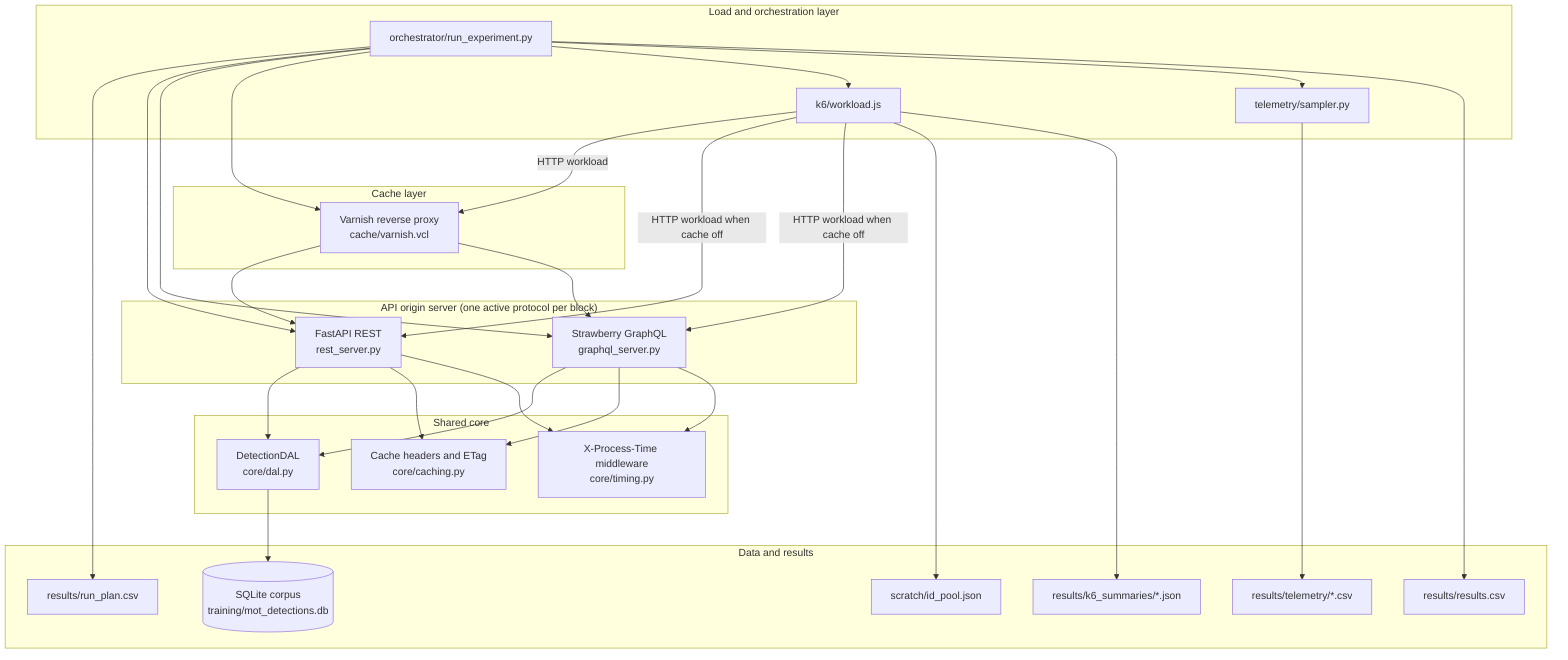
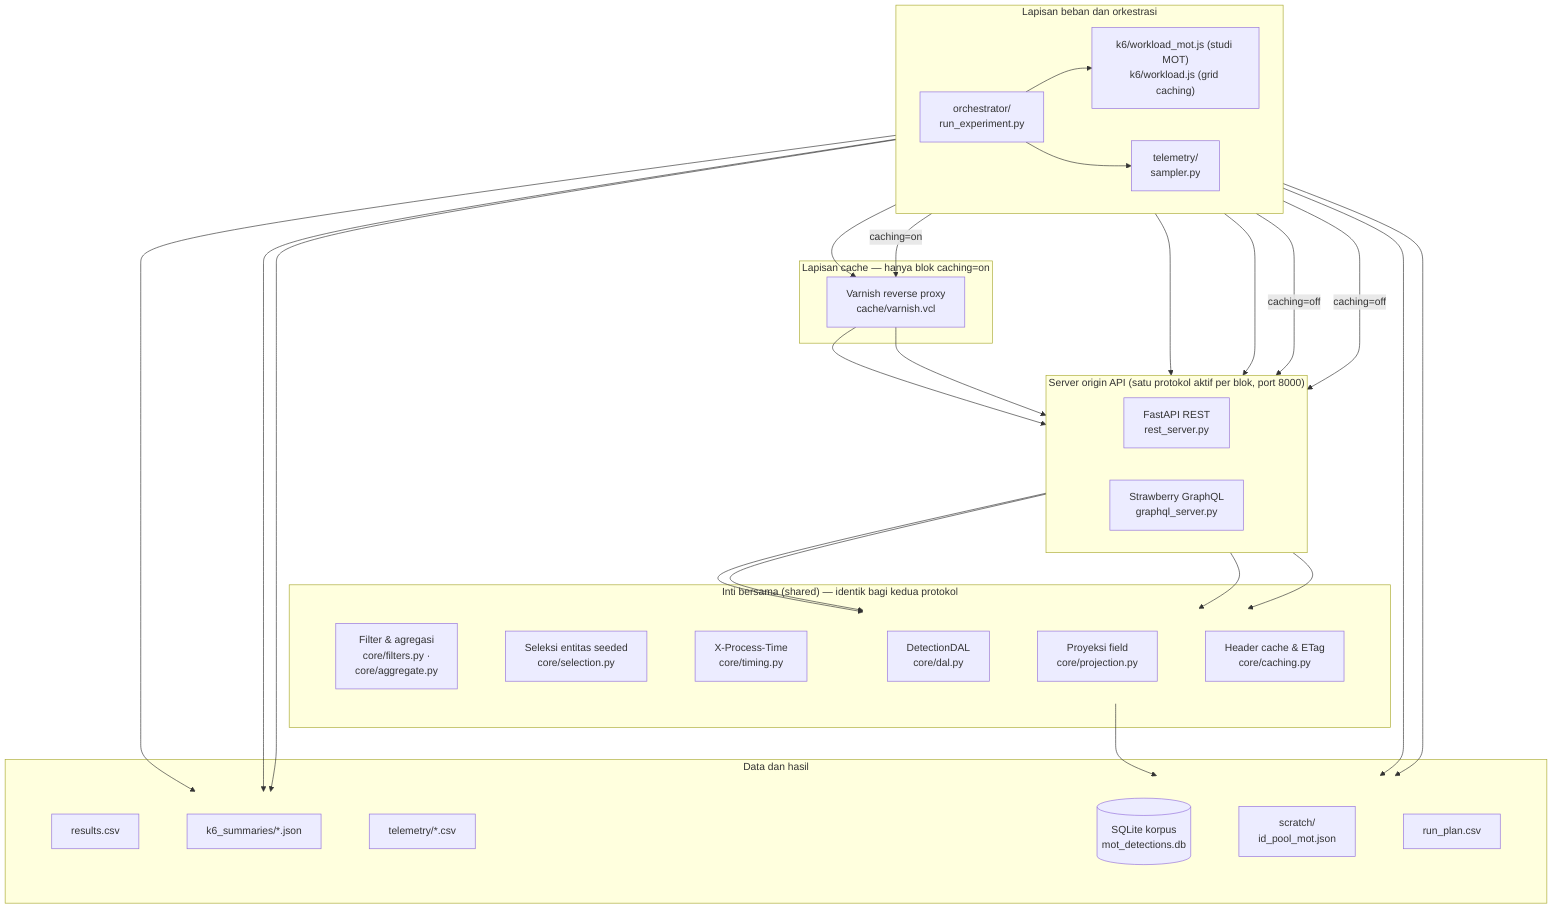
- %% Gambar IV.1 - Arsitektur komponen APE
+ %% Gambar IV.1 — Arsitektur komponen APE (revisi v4: modul dibungkus dua baris agar terbaca portrait)
%% Type: UML component-style architecture diagram, rendered in Mermaid.
- %% Reference basis: UML 2.5.1 component/deployment-style documentation.
+ %% Reference basis: UML 2.5.1; artefak per FIGURE_AUDIT.md (workload_mot.js,
+ %% id_pool_mot.json, modul shared lengkap, Varnish = jalur caching saja).
flowchart TB
-     subgraph LoadLayer["Load and orchestration layer"]
-         Orchestrator["orchestrator/run_experiment.py"]
-         K6["k6/workload.js"]
-         Sampler["telemetry/sampler.py"]
+     subgraph LoadLayer["Lapisan beban dan orkestrasi"]
+         direction LR
+         Orchestrator["orchestrator/<br/>run_experiment.py"]
+         K6["k6/workload_mot.js (studi MOT)<br/>k6/workload.js (grid caching)"]
+         Sampler["telemetry/<br/>sampler.py"]
    end

-     subgraph CacheLayer["Cache layer"]
-         Varnish["Varnish reverse proxy\ncache/varnish.vcl"]
+     subgraph CacheLayer["Lapisan cache — hanya blok caching=on"]
+         Varnish["Varnish reverse proxy<br/>cache/varnish.vcl"]
    end

-     subgraph APILayer["API origin server (one active protocol per block)"]
-         REST["FastAPI REST\nrest_server.py"]
-         GQL["Strawberry GraphQL\ngraphql_server.py"]
+     subgraph APILayer["Server origin API (satu protokol aktif per blok, port 8000)"]
+         direction LR
+         REST["FastAPI REST<br/>rest_server.py"]
+         GQL["Strawberry GraphQL<br/>graphql_server.py"]
    end

-     subgraph SharedCore["Shared core"]
-         DAL["DetectionDAL\ncore/dal.py"]
-         CacheLogic["Cache headers and ETag\ncore/caching.py"]
-         Timing["X-Process-Time middleware\ncore/timing.py"]
+     subgraph SharedCore["Inti bersama (shared) — identik bagi kedua protokol"]
+         subgraph SC1 [" "]
+             direction LR
+             DAL["DetectionDAL<br/>core/dal.py"] ~~~ Proj["Proyeksi field<br/>core/projection.py"] ~~~ CacheLogic["Header cache & ETag<br/>core/caching.py"]
+         end
+         subgraph SC2 [" "]
+             direction LR
+             Filt["Filter & agregasi<br/>core/filters.py ·<br/>core/aggregate.py"] ~~~ Sel["Seleksi entitas seeded<br/>core/selection.py"] ~~~ Timing["X-Process-Time<br/>core/timing.py"]
+         end
    end

-     subgraph DataLayer["Data and results"]
-         DB[("SQLite corpus\ntraining/mot_detections.db")]
-         IDPool["scratch/id_pool.json"]
-         RunPlan["results/run_plan.csv"]
-         Results["results/results.csv"]
-         Summaries["results/k6_summaries/*.json"]
-         Telemetry["results/telemetry/*.csv"]
+     subgraph DataLayer["Data dan hasil"]
+         subgraph DL1 [" "]
+             direction LR
+             DB[("SQLite korpus<br/>mot_detections.db")] ~~~ IDPool["scratch/<br/>id_pool_mot.json"] ~~~ RunPlan["run_plan.csv"]
+         end
+         subgraph DL2 [" "]
+             direction LR
+             Results["results.csv"] ~~~ Summaries["k6_summaries/*.json"] ~~~ Telemetry["telemetry/*.csv"]
+         end
    end

-     Orchestrator --> RunPlan
+     Orchestrator --> K6
+     Orchestrator --> Sampler
+     Orchestrator --> Varnish
    Orchestrator --> REST
    Orchestrator --> GQL
-     Orchestrator --> Varnish
-     Orchestrator --> K6
-     Orchestrator --> Sampler
-     K6 -->|"HTTP workload"| Varnish
-     K6 -->|"HTTP workload when cache off"| REST
-     K6 -->|"HTTP workload when cache off"| GQL
+     K6 -->|"caching=on"| Varnish
+     K6 -->|"caching=off"| REST
+     K6 -->|"caching=off"| GQL
    Varnish --> REST
    Varnish --> GQL
    REST --> DAL
    GQL --> DAL
    REST --> CacheLogic
    GQL --> CacheLogic
-     REST --> Timing
-     GQL --> Timing
    DAL --> DB
    K6 --> IDPool
    K6 --> Summaries
    Sampler --> Telemetry
+     Orchestrator --> RunPlan
    Orchestrator --> Results
- 
+     style SC1 fill:none,stroke:none
+     style SC2 fill:none,stroke:none
+     style DL1 fill:none,stroke:none
+     style DL2 fill:none,stroke:none
